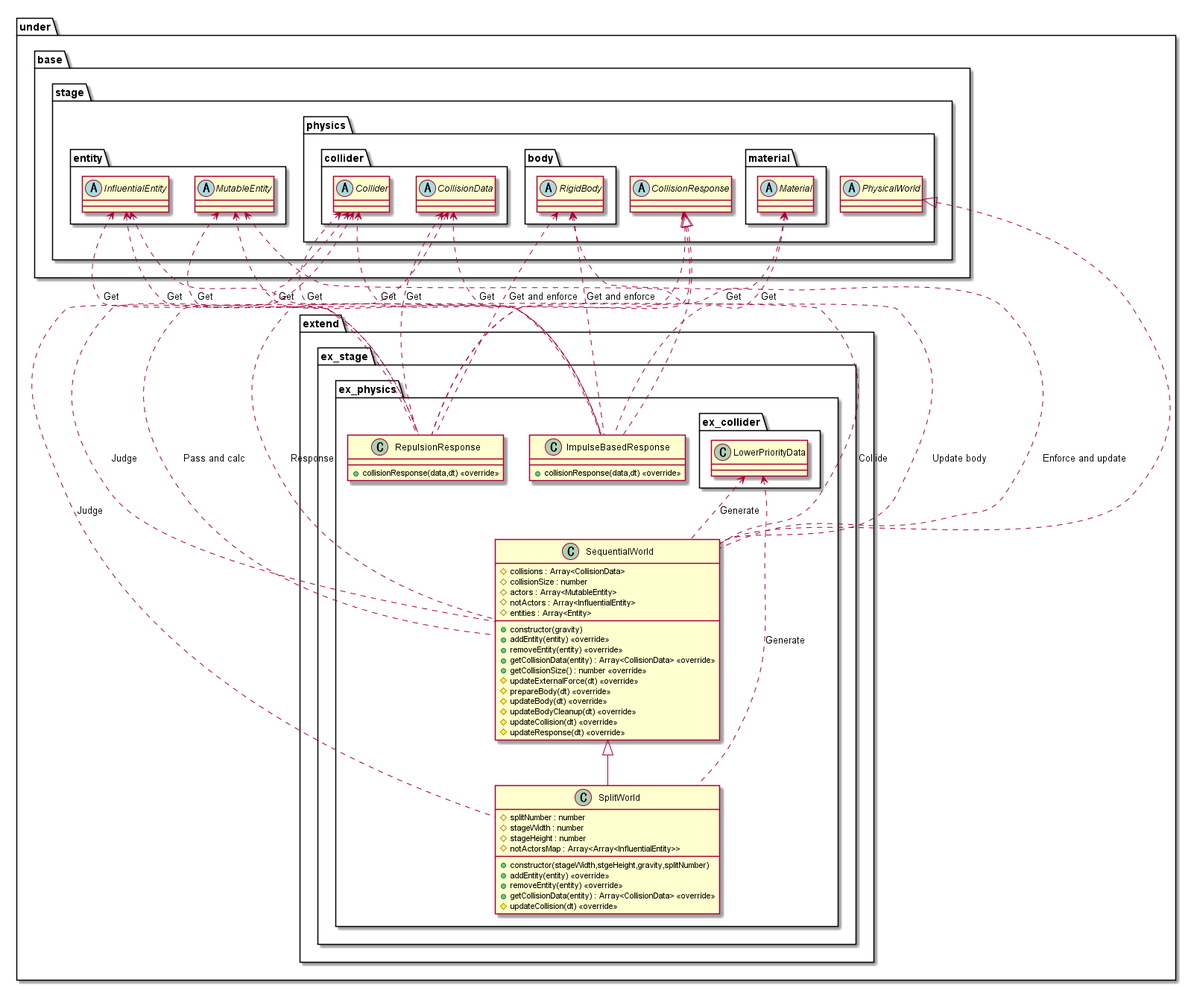
Before: out/uml/stage/ExtendPhysics/StageExtend.png, a diagram exported from PlantUML (Expine/Under). Source of this version:
```plantuml
@startuml StageExtend
package under {
    package extend {
        package ex_stage {
            package ex_physics {
                class SequentialWorld {
                    +constructor(gravity)
                    #collisions : Array<CollisionData>
                    #collisionSize : number
                    #actors : Array<MutableEntity>
                    #notActors : Array<InfluentialEntity>
                    #entities : Array<Entity>
                    +addEntity(entity) <<override>>
                    +removeEntity(entity) <<override>>
                    +getCollisionData(entity) : Array<CollisionData> <<override>>
                    +getCollisionSize() : number <<override>>
                    #updateExternalForce(dt) <<override>>
                    #prepareBody(dt) <<override>>
                    #updateBody(dt) <<override>>
                    #updateBodyCleanup(dt) <<override>>
                    #updateCollision(dt) <<override>>
                    #updateResponse(dt) <<override>>
                }
                class SplitWorld {
                    +constructor(stageWidth,stgeHeight,gravity,splitNumber)
                    #splitNumber : number
                    #stageWidth : number
                    #stageHeight : number
                    #notActorsMap : Array<Array<InfluentialEntity>>
                    +addEntity(entity) <<override>>
                    +removeEntity(entity) <<override>>
                    +getCollisionData(entity) : Array<CollisionData> <<override>>
                    #updateCollision(dt) <<override>>
                }
                class ImpulseBasedResponse {
                    +collisionResponse(data,dt) <<override>>
                }
                class RepulsionResponse {
                    +collisionResponse(data,dt) <<override>>
                }
            }
        }
    }
}

package under {
    package base {
        package stage {
            package physics {
                abstract PhysicalWorld
                abstract CollisionResponse
                package material {
                    abstract Material
                }
                package collider {
                    abstract Collider
                    abstract CollisionData
                }
                package body {
                    abstract RigidBody
                }
            }
            package entity {
                abstract InfluentialEntity
                abstract MutableEntity
            }
        }
    }
    package extend {
        package ex_stage {
            package ex_physics {
                package ex_collider {
                    class LowerPriorityData
                }
            }
        }
    }
}

InfluentialEntity <.. SequentialWorld : Collide
MutableEntity <.. SequentialWorld : Update body
CollisionData <.. SequentialWorld : Pass and calc
Collider <.. SequentialWorld : Judge
RigidBody <.. SequentialWorld : Enforce and update
CollisionResponse <.. SequentialWorld : Response
LowerPriorityData <.. SequentialWorld : Generate

Collider <.. SplitWorld : Judge
LowerPriorityData <.. SplitWorld : Generate

RigidBody <.. ImpulseBasedResponse : Get and enforce
Material <.. ImpulseBasedResponse : Get
Collider <.. ImpulseBasedResponse : Get
InfluentialEntity <.. ImpulseBasedResponse : Get
MutableEntity <.. ImpulseBasedResponse : Get
CollisionData <.. ImpulseBasedResponse : Get

RigidBody <.. RepulsionResponse : Get and enforce
Material <.. RepulsionResponse : Get
Collider <.. RepulsionResponse : Get
InfluentialEntity <.. RepulsionResponse : Get
CollisionData <.. RepulsionResponse : Get
MutableEntity <.. RepulsionResponse : Get

PhysicalWorld <|.. SequentialWorld
SequentialWorld <|-- SplitWorld
CollisionResponse <|.. ImpulseBasedResponse
CollisionResponse <|.. RepulsionResponse

@enduml
```
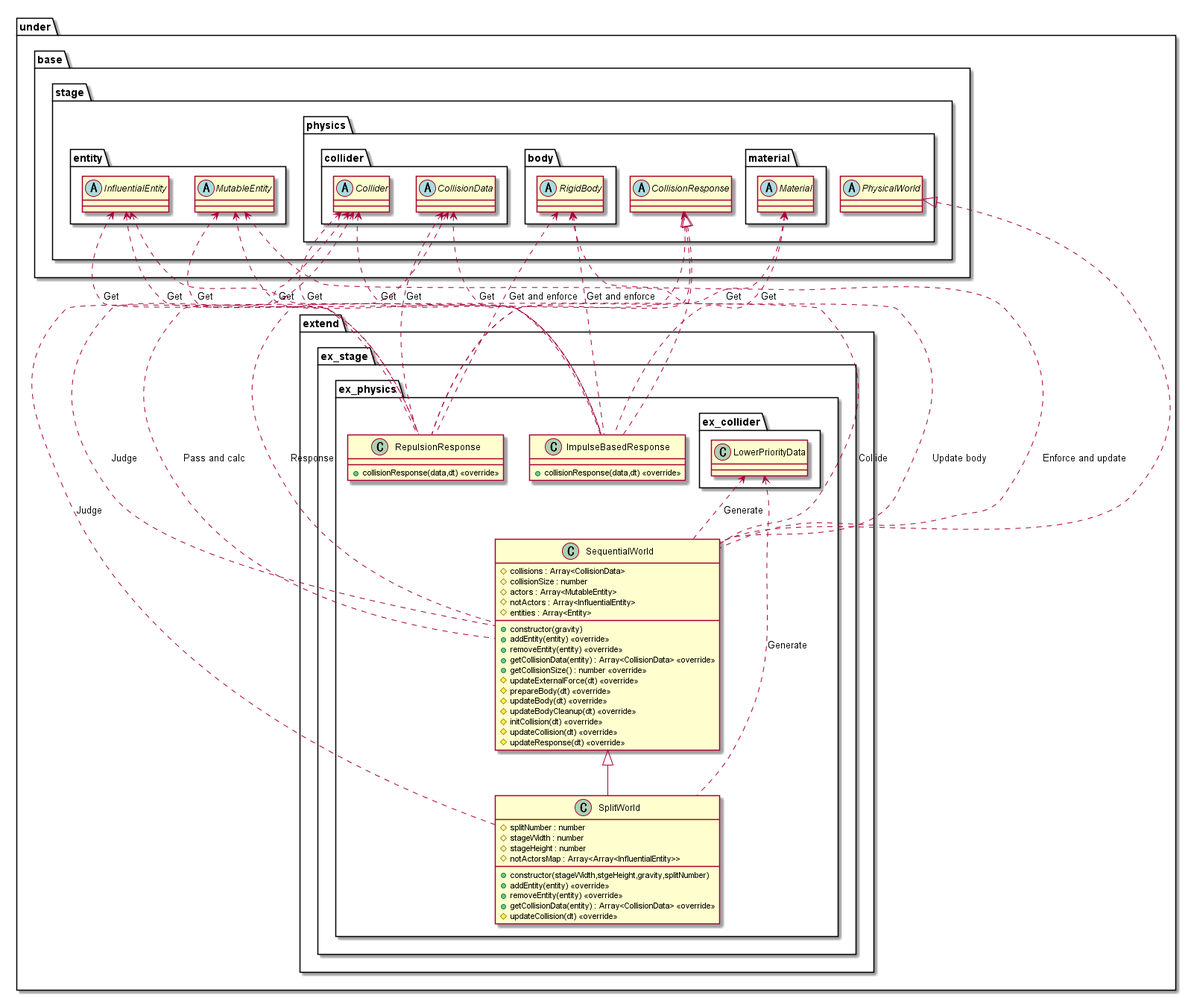
The same diagram one commit later.

What changed in the source:
```diff
@@ -18,6 +18,7 @@
                     #prepareBody(dt) <<override>>
                     #updateBody(dt) <<override>>
                     #updateBodyCleanup(dt) <<override>>
+                    #initCollision(dt) <<override>>
                     #updateCollision(dt) <<override>>
                     #updateResponse(dt) <<override>>
                 }
```
